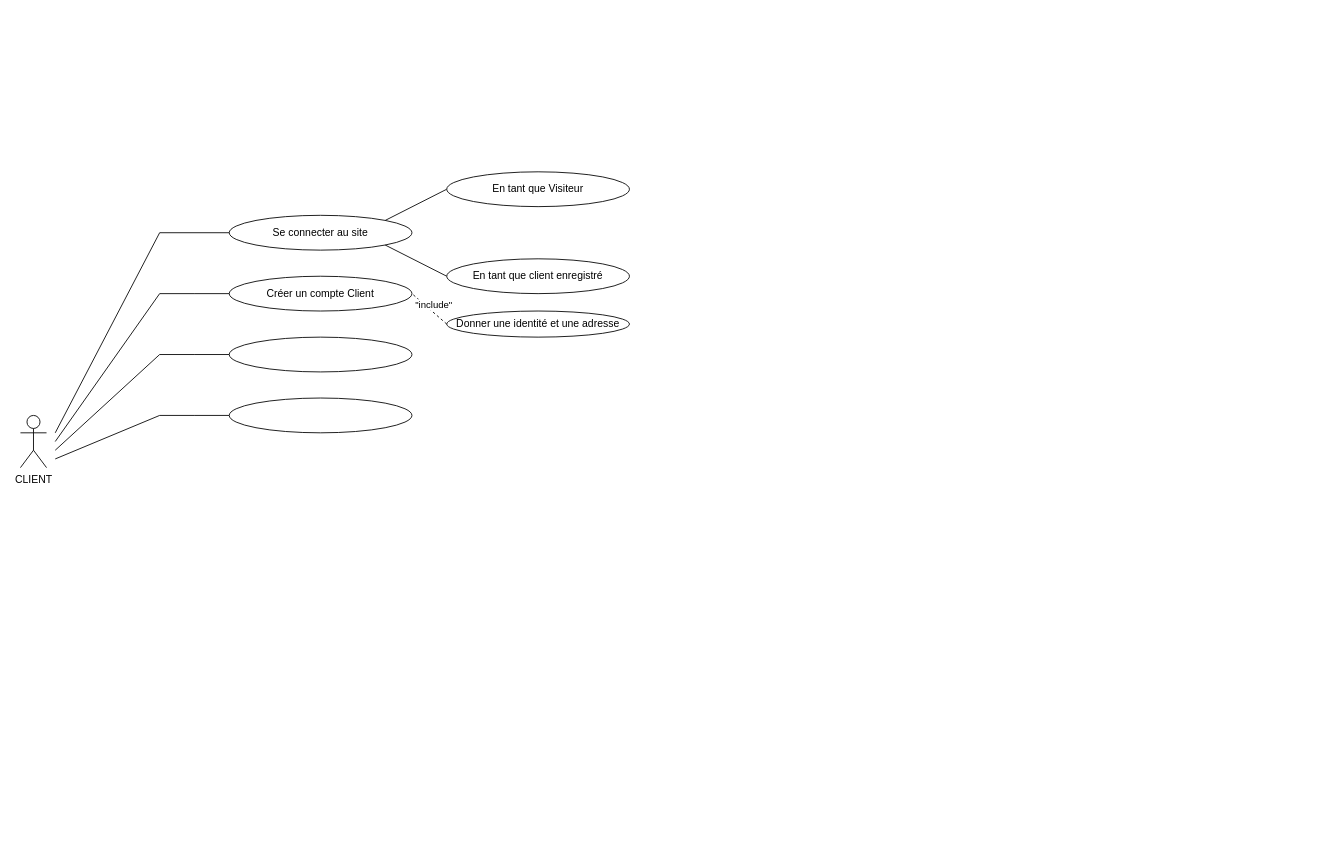
Before: 1.drawio in OMorlotti/P4-analyser-les-besoin-de-mon-client-pour-son-groupe-de-pizzerias, a draw.io diagram. Source tidied: cells renumbered, new cells numbered last; positions are measured from the earlier drawing's top-left corner, leaving out a move shared by most shapes. Both pictures are drawn from the tidied source at 87%, with x=0, y=0 at pixel (20, 171).
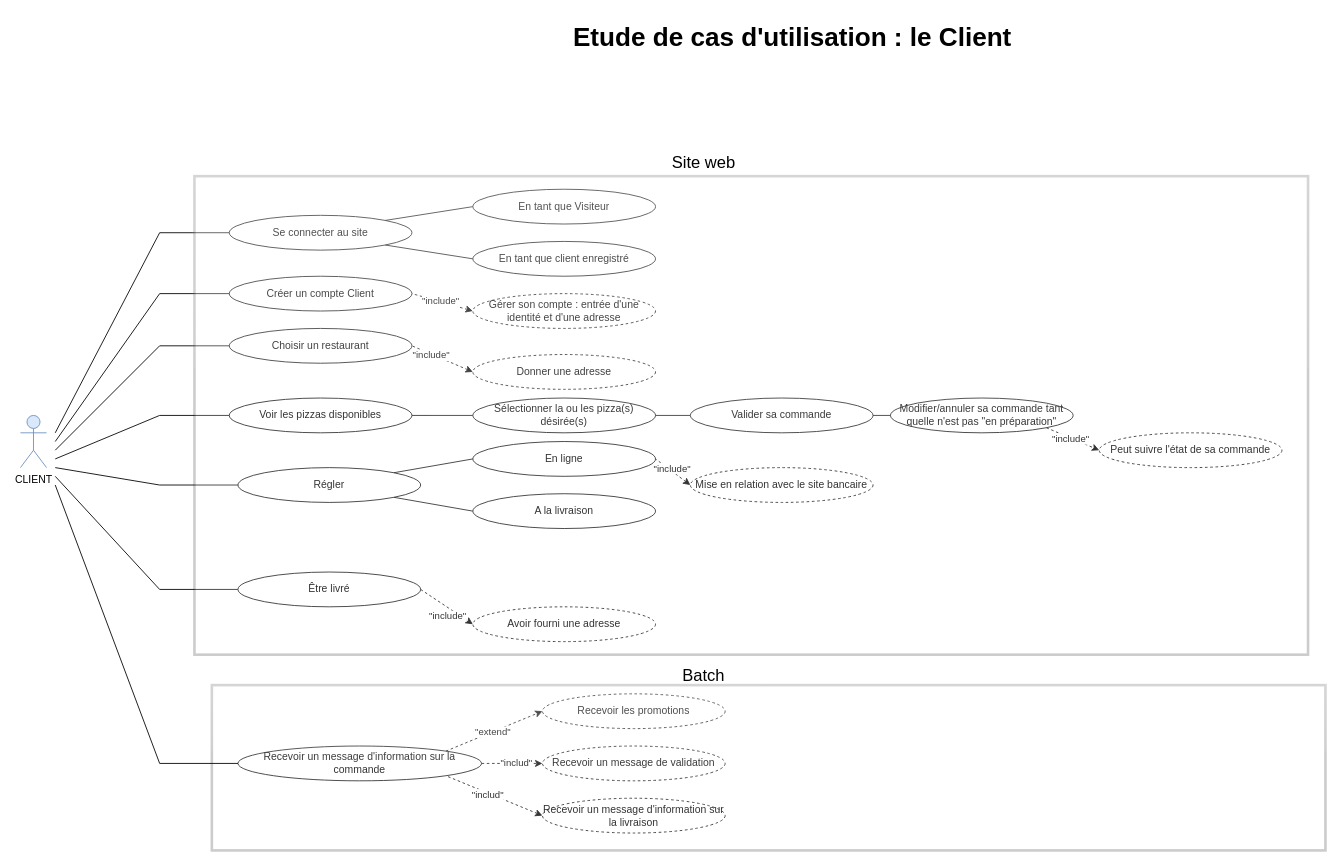
The same page after the edit.

Unchanged cells that the change refers to:
```xml
<mxCell id="10" value="Créer un compte Client" style="ellipse;whiteSpace=wrap;html=1;" parent="1" vertex="1">
  <mxGeometry x="240" y="120" width="210" height="40" as="geometry" />
</mxCell>
```

The edit, as a diff of the source:
```diff
@@
-    <mxCell id="2" value="CLIENT" style="shape=umlActor;verticalLabelPosition=bottom;labelBackgroundColor=#ffffff;verticalAlign=top;html=1;" parent="1" vertex="1">
+    <mxCell id="2" value="CLIENT" style="shape=umlActor;verticalLabelPosition=bottom;labelBackgroundColor=#ffffff;verticalAlign=top;html=1;fillColor=#dae8fc;strokeColor=#6c8ebf;" parent="1" vertex="1">
       <mxGeometry y="280" width="30" height="60" as="geometry" />
     </mxCell>
@@
-    <mxCell id="6" style="endArrow=none;dashed=1;html=1;entryX=1;entryY=0.5;entryDx=0;entryDy=0;exitX=0;exitY=0.5;exitDx=0;exitDy=0;" parent="1" edge="1" source="12" target="10">
+    <mxCell id="6" style="endArrow=none;dashed=1;html=1;entryX=1;entryY=0.5;entryDx=0;entryDy=0;endFill=0;startArrow=classic;startFill=1;exitX=0;exitY=0.5;exitDx=0;exitDy=0;" parent="1" edge="1" source="26" target="10">
       <mxGeometry relative="1" as="geometry" />
     </mxCell>
@@
-    <mxCell id="8" style="endArrow=none;html=1;" parent="1" edge="1">
-      <mxGeometry relative="1" as="geometry">
-        <mxPoint x="40" y="320" as="sourcePoint" />
-        <mxPoint x="160" y="210" as="targetPoint" />
-      </mxGeometry>
-    </mxCell>
-    <mxCell id="9" style="edgeStyle=orthogonalEdgeStyle;rounded=0;jettySize=auto;html=1;endArrow=none;endFill=0;" parent="1" edge="1" source="10">
-      <mxGeometry relative="1" as="geometry">
-        <mxPoint x="160" y="140" as="targetPoint" />
-      </mxGeometry>
-    </mxCell>
@@
-    <mxCell id="12" value="Donner une identité et une adresse" style="ellipse;whiteSpace=wrap;html=1;" parent="1" vertex="1">
-      <mxGeometry x="490" y="160" width="210" height="30" as="geometry" />
-    </mxCell>
-    <mxCell id="13" style="edgeStyle=orthogonalEdgeStyle;rounded=0;jettySize=auto;html=1;endArrow=none;endFill=0;" parent="1" edge="1" source="14">
-      <mxGeometry relative="1" as="geometry">
-        <mxPoint x="160" y="210" as="targetPoint" />
-      </mxGeometry>
-    </mxCell>
+    <mxCell id="22" style="edgeStyle=orthogonalEdgeStyle;rounded=0;jettySize=auto;html=1;endArrow=none;endFill=0;" parent="1" edge="1" source="14" target="23">
+      <mxGeometry relative="1" as="geometry" />
+    </mxCell>
-    <mxCell id="14" style="ellipse;whiteSpace=wrap;html=1;" parent="1" vertex="1">
-      <mxGeometry x="240" y="190" width="210" height="40" as="geometry" />
+    <mxCell id="14" value="Voir les pizzas disponibles" style="ellipse;whiteSpace=wrap;html=1;" parent="1" vertex="1">
+      <mxGeometry x="240" y="260" width="210" height="40" as="geometry" />
     </mxCell>
-    <mxCell id="15" style="edgeStyle=orthogonalEdgeStyle;rounded=0;jettySize=auto;html=1;endArrow=none;endFill=0;" parent="1" edge="1" source="16">
-      <mxGeometry relative="1" as="geometry">
-        <mxPoint x="160" y="280" as="targetPoint" />
-      </mxGeometry>
-    </mxCell>
-    <mxCell id="16" style="ellipse;whiteSpace=wrap;html=1;" parent="1" vertex="1">
-      <mxGeometry x="240" y="260" width="210" height="40" as="geometry" />
-    </mxCell>
-    <mxCell id="17" style="endArrow=none;html=1;" parent="1" edge="1">
-      <mxGeometry relative="1" as="geometry">
-        <mxPoint x="40" y="330" as="sourcePoint" />
-        <mxPoint x="160" y="280" as="targetPoint" />
-      </mxGeometry>
-    </mxCell>
+    <mxCell id="23" value="Sélectionner la ou les pizza(s) désirée(s)" style="ellipse;whiteSpace=wrap;html=1;" parent="1" vertex="1">
+      <mxGeometry x="520" y="260" width="210" height="40" as="geometry" />
+    </mxCell>
@@
     <mxCell id="20" value="En tant que Visiteur" style="ellipse;whiteSpace=wrap;html=1;" parent="1" vertex="1">
-      <mxGeometry x="490" width="210" height="40" as="geometry" />
+      <mxGeometry x="520" y="20" width="210" height="40" as="geometry" />
     </mxCell>
     <mxCell id="21" value="En tant que client enregistré" style="ellipse;whiteSpace=wrap;html=1;" parent="1" vertex="1">
-      <mxGeometry x="490" y="100" width="210" height="40" as="geometry" />
+      <mxGeometry x="520" y="80" width="210" height="40" as="geometry" />
     </mxCell>
+    <mxCell id="24" style="endArrow=none;html=1;exitX=0;exitY=0.5;exitDx=0;exitDy=0;" parent="1" edge="1" source="14">
+      <mxGeometry relative="1" as="geometry">
+        <mxPoint x="160" y="280" as="targetPoint" />
+      </mxGeometry>
+    </mxCell>
+    <mxCell id="25" style="endArrow=none;html=1;exitX=1;exitY=0.5;exitDx=0;exitDy=0;entryX=0;entryY=0.5;entryDx=0;entryDy=0;" parent="1" edge="1" source="23" target="32">
+      <mxGeometry relative="1" as="geometry" />
+    </mxCell>
+    <mxCell id="26" value="Gérer son compte : entrée d'une identité et d'une adresse" style="ellipse;whiteSpace=wrap;html=1;dashed=1;" parent="1" vertex="1">
+      <mxGeometry x="520" y="140" width="210" height="40" as="geometry" />
+    </mxCell>
+    <mxCell id="27" value="Modifier/annuler sa commande tant quelle n'est pas &quot;en préparation&quot;" style="ellipse;whiteSpace=wrap;html=1;" parent="1" vertex="1">
+      <mxGeometry x="1000" y="260" width="210" height="40" as="geometry" />
+    </mxCell>
+    <mxCell id="28" style="endArrow=classic;dashed=1;html=1;exitX=1;exitY=1;exitDx=0;exitDy=0;entryX=0;entryY=0.5;entryDx=0;entryDy=0;startArrow=none;startFill=0;endFill=1;" parent="1" edge="1" source="27" target="30">
+      <mxGeometry relative="1" as="geometry" />
+    </mxCell>
+    <mxCell id="29" value="&quot;include&quot;&lt;br&gt;" style="edgeLabel;html=1;align=center;verticalAlign=middle;" parent="28" vertex="1">
+      <mxGeometry x="-0.1" y="-1" relative="1" as="geometry" />
+    </mxCell>
+    <mxCell id="30" value="Peut suivre l'état de sa commande" style="ellipse;whiteSpace=wrap;html=1;dashed=1;" parent="1" vertex="1">
+      <mxGeometry x="1240" y="300" width="210" height="40" as="geometry" />
+    </mxCell>
+    <mxCell id="31" style="endArrow=none;html=1;exitX=0;exitY=0.5;exitDx=0;exitDy=0;" parent="1" edge="1" source="33">
+      <mxGeometry relative="1" as="geometry">
+        <mxPoint x="160" y="360" as="targetPoint" />
+      </mxGeometry>
+    </mxCell>
+    <mxCell id="32" value="Valider sa commande" style="ellipse;whiteSpace=wrap;html=1;" parent="1" vertex="1">
+      <mxGeometry x="770" y="260" width="210" height="40" as="geometry" />
+    </mxCell>
+    <mxCell id="33" value="Régler" style="ellipse;whiteSpace=wrap;html=1;" parent="1" vertex="1">
+      <mxGeometry x="250" y="340" width="210" height="40" as="geometry" />
+    </mxCell>
+    <mxCell id="34" style="endArrow=none;html=1;entryX=1;entryY=0.5;entryDx=0;entryDy=0;exitX=0;exitY=0.5;exitDx=0;exitDy=0;" parent="1" edge="1" source="27" target="32">
+      <mxGeometry relative="1" as="geometry" />
+    </mxCell>
+    <mxCell id="35" value="En ligne" style="ellipse;whiteSpace=wrap;html=1;" parent="1" vertex="1">
+      <mxGeometry x="520" y="310" width="210" height="40" as="geometry" />
+    </mxCell>
+    <mxCell id="36" style="endArrow=none;html=1;exitX=1;exitY=0;exitDx=0;exitDy=0;entryX=0;entryY=0.5;entryDx=0;entryDy=0;" parent="1" edge="1" source="33" target="35">
+      <mxGeometry relative="1" as="geometry" />
+    </mxCell>
+    <mxCell id="37" style="endArrow=none;html=1;exitX=1;exitY=1;exitDx=0;exitDy=0;entryX=0;entryY=0.5;entryDx=0;entryDy=0;" parent="1" edge="1" source="33" target="38">
+      <mxGeometry relative="1" as="geometry" />
+    </mxCell>
+    <mxCell id="38" value="A la livraison" style="ellipse;whiteSpace=wrap;html=1;" parent="1" vertex="1">
+      <mxGeometry x="520" y="370" width="210" height="40" as="geometry" />
+    </mxCell>
+    <mxCell id="39" style="endArrow=none;dashed=1;html=1;entryX=1;entryY=0.5;entryDx=0;entryDy=0;exitX=0;exitY=0.5;exitDx=0;exitDy=0;endFill=0;startArrow=classic;startFill=1;" parent="1" edge="1" source="41" target="35">
+      <mxGeometry relative="1" as="geometry" />
+    </mxCell>
+    <mxCell id="40" value="&quot;include&quot;" style="edgeLabel;html=1;align=center;verticalAlign=middle;" parent="39" vertex="1">
+      <mxGeometry x="-0.34" y="-1" relative="1" as="geometry">
+        <mxPoint x="-8.9" y="-9.3" as="offset" />
+      </mxGeometry>
+    </mxCell>
+    <mxCell id="41" value="Mise en relation avec le site bancaire" style="ellipse;whiteSpace=wrap;html=1;dashed=1;" parent="1" vertex="1">
+      <mxGeometry x="770" y="340" width="210" height="40" as="geometry" />
+    </mxCell>
+    <mxCell id="42" style="endArrow=none;html=1;entryX=0;entryY=0.5;entryDx=0;entryDy=0;" parent="1" edge="1" target="43">
+      <mxGeometry relative="1" as="geometry">
+        <mxPoint x="160" y="480" as="sourcePoint" />
+      </mxGeometry>
+    </mxCell>
+    <mxCell id="43" value="Être livré" style="ellipse;whiteSpace=wrap;html=1;" parent="1" vertex="1">
+      <mxGeometry x="250" y="460" width="210" height="40" as="geometry" />
+    </mxCell>
+    <mxCell id="44" value="Avoir fourni une adresse" style="ellipse;whiteSpace=wrap;html=1;dashed=1;" parent="1" vertex="1">
+      <mxGeometry x="520" y="500" width="210" height="40" as="geometry" />
+    </mxCell>
+    <mxCell id="45" style="endArrow=none;html=1;entryX=0;entryY=0.5;entryDx=0;entryDy=0;" parent="1" edge="1" target="10">
+      <mxGeometry relative="1" as="geometry">
+        <mxPoint x="160" y="140" as="sourcePoint" />
+      </mxGeometry>
+    </mxCell>
+    <mxCell id="46" value="Choisir un restaurant" style="ellipse;whiteSpace=wrap;html=1;" parent="1" vertex="1">
+      <mxGeometry x="240" y="180" width="210" height="40" as="geometry" />
+    </mxCell>
+    <mxCell id="47" value="Donner une adresse" style="ellipse;whiteSpace=wrap;html=1;dashed=1;" parent="1" vertex="1">
+      <mxGeometry x="520" y="210" width="210" height="40" as="geometry" />
+    </mxCell>
+    <mxCell id="48" style="endArrow=none;html=1;entryX=0;entryY=0.5;entryDx=0;entryDy=0;" parent="1" edge="1" target="46">
+      <mxGeometry relative="1" as="geometry">
+        <mxPoint x="160" y="200" as="sourcePoint" />
+      </mxGeometry>
+    </mxCell>
+    <mxCell id="49" style="endArrow=none;html=1;" parent="1" edge="1">
+      <mxGeometry relative="1" as="geometry">
+        <mxPoint x="40" y="320" as="sourcePoint" />
+        <mxPoint x="160" y="200" as="targetPoint" />
+      </mxGeometry>
+    </mxCell>
+    <mxCell id="50" style="endArrow=none;html=1;dashed=1;entryX=1;entryY=0.5;entryDx=0;entryDy=0;exitX=0;exitY=0.5;exitDx=0;exitDy=0;startArrow=classic;startFill=1;" parent="1" edge="1" source="47" target="46">
+      <mxGeometry relative="1" as="geometry" />
+    </mxCell>
+    <mxCell id="51" value="&quot;include&quot;" style="edgeLabel;html=1;align=center;verticalAlign=middle;" parent="50" vertex="1">
+      <mxGeometry x="0.38" y="2" relative="1" as="geometry">
+        <mxPoint x="1" as="offset" />
+      </mxGeometry>
+    </mxCell>
+    <mxCell id="52" style="endArrow=classic;html=1;dashed=1;entryX=0;entryY=0.5;entryDx=0;entryDy=0;startArrow=none;startFill=0;endFill=1;exitX=1;exitY=0.5;exitDx=0;exitDy=0;" parent="1" edge="1" source="43" target="44">
+      <mxGeometry relative="1" as="geometry" />
+    </mxCell>
+    <mxCell id="53" value="&quot;include&quot;&lt;br&gt;" style="edgeLabel;html=1;align=center;verticalAlign=middle;" parent="52" vertex="1">
+      <mxGeometry x="0.41" y="1" relative="1" as="geometry">
+        <mxPoint x="-12.4" y="3.2" as="offset" />
+      </mxGeometry>
+    </mxCell>
+    <mxCell id="54" style="endArrow=none;html=1;" parent="1" edge="1">
+      <mxGeometry relative="1" as="geometry">
+        <mxPoint x="40" y="330" as="sourcePoint" />
+        <mxPoint x="160" y="280" as="targetPoint" />
+      </mxGeometry>
+    </mxCell>
+    <mxCell id="55" style="endArrow=none;html=1;" parent="1" edge="1">
+      <mxGeometry relative="1" as="geometry">
+        <mxPoint x="160" y="360" as="sourcePoint" />
+        <mxPoint x="40" y="340" as="targetPoint" />
+      </mxGeometry>
+    </mxCell>
+    <mxCell id="56" style="endArrow=none;html=1;" parent="1" edge="1">
+      <mxGeometry relative="1" as="geometry">
+        <mxPoint x="160" y="480" as="sourcePoint" />
+        <mxPoint x="40" y="350" as="targetPoint" />
+      </mxGeometry>
+    </mxCell>
+    <mxCell id="57" value="&lt;font size=&quot;1&quot;&gt;&lt;b style=&quot;font-size: 30px&quot;&gt;Etude de cas d'utilisation : le Client&lt;/b&gt;&lt;/font&gt;" style="text;html=1;strokeColor=none;fillColor=#ffffff;align=center;verticalAlign=middle;whiteSpace=wrap;rounded=0;" parent="1" vertex="1">
+      <mxGeometry x="610" y="-180" width="555" height="50" as="geometry" />
+    </mxCell>
+    <mxCell id="58" style="rounded=0;whiteSpace=wrap;html=1;fillColor=#ffffff;strokeWidth=3;strokeColor=#000000;opacity=20;glass=1;perimeterSpacing=0;" parent="1" vertex="1">
+      <mxGeometry x="200" y="5" width="1280" height="550" as="geometry" />
+    </mxCell>
+    <mxCell id="59" value="&lt;font style=&quot;font-size: 19px&quot;&gt;Site web&lt;/font&gt;" style="text;html=1;align=center;verticalAlign=middle;" parent="1" vertex="1">
+      <mxGeometry x="740" y="-20" width="90" height="20" as="geometry" />
+    </mxCell>
+    <mxCell id="60" value="Recevoir un message d'information sur la commande" style="ellipse;whiteSpace=wrap;html=1;" parent="1" vertex="1">
+      <mxGeometry x="250" y="660" width="280" height="40" as="geometry" />
+    </mxCell>
+    <mxCell id="61" style="endArrow=none;html=1;" parent="1" edge="1">
+      <mxGeometry relative="1" as="geometry">
+        <mxPoint x="40" y="360" as="sourcePoint" />
+        <mxPoint x="160" y="680" as="targetPoint" />
+      </mxGeometry>
+    </mxCell>
+    <mxCell id="62" style="endArrow=classic;dashed=1;html=1;exitX=1;exitY=0;exitDx=0;exitDy=0;entryX=0;entryY=0.5;entryDx=0;entryDy=0;endFill=1;" parent="1" edge="1" source="60" target="64">
+      <mxGeometry relative="1" as="geometry" />
+    </mxCell>
+    <mxCell id="63" value="&quot;extend&quot;" style="edgeLabel;html=1;align=center;verticalAlign=middle;" parent="62" vertex="1">
+      <mxGeometry x="-0.03" relative="1" as="geometry" />
+    </mxCell>
+    <mxCell id="64" value="Recevoir les promotions" style="ellipse;whiteSpace=wrap;html=1;dashed=1;" parent="1" vertex="1">
+      <mxGeometry x="600" y="600" width="210" height="40" as="geometry" />
+    </mxCell>
+    <mxCell id="65" value="Recevoir un message de validation&lt;br&gt;" style="ellipse;whiteSpace=wrap;html=1;dashed=1;" parent="1" vertex="1">
+      <mxGeometry x="600" y="660" width="210" height="40" as="geometry" />
+    </mxCell>
+    <mxCell id="66" style="endArrow=classic;dashed=1;html=1;entryX=0;entryY=0.5;entryDx=0;entryDy=0;exitX=1;exitY=0.5;exitDx=0;exitDy=0;startArrow=none;startFill=0;endFill=1;" parent="1" edge="1" source="60" target="65">
+      <mxGeometry relative="1" as="geometry" />
+    </mxCell>
+    <mxCell id="67" value="&quot;includ&quot;" style="edgeLabel;html=1;align=center;verticalAlign=middle;" parent="66" vertex="1">
+      <mxGeometry x="0.11" y="2" relative="1" as="geometry" />
+    </mxCell>
+    <mxCell id="68" style="endArrow=none;dashed=1;html=1;entryX=1;entryY=1;entryDx=0;entryDy=0;endFill=0;startArrow=classic;startFill=1;exitX=0;exitY=0.5;exitDx=0;exitDy=0;" parent="1" edge="1" source="70" target="60">
+      <mxGeometry relative="1" as="geometry" />
+    </mxCell>
+    <mxCell id="69" value="&quot;includ&quot;" style="edgeLabel;html=1;align=center;verticalAlign=middle;" parent="68" vertex="1">
+      <mxGeometry x="0.14" y="2" relative="1" as="geometry" />
+    </mxCell>
+    <mxCell id="70" value="Recevoir un message d'information sur la livraison" style="ellipse;whiteSpace=wrap;html=1;dashed=1;" parent="1" vertex="1">
+      <mxGeometry x="600" y="720" width="210" height="40" as="geometry" />
+    </mxCell>
+    <mxCell id="71" style="rounded=0;whiteSpace=wrap;html=1;fillColor=#ffffff;strokeWidth=3;strokeColor=#000000;opacity=20;glass=1;perimeterSpacing=0;" parent="1" vertex="1">
+      <mxGeometry x="220" y="590" width="1280" height="190" as="geometry" />
+    </mxCell>
+    <mxCell id="72" value="&lt;font style=&quot;font-size: 19px&quot;&gt;Batch&lt;/font&gt;" style="text;html=1;align=center;verticalAlign=middle;" parent="1" vertex="1">
+      <mxGeometry x="755" y="570" width="60" height="20" as="geometry" />
+    </mxCell>
+    <mxCell id="73" style="endArrow=none;html=1;exitX=0;exitY=0.5;exitDx=0;exitDy=0;" parent="1" edge="1" source="60">
+      <mxGeometry relative="1" as="geometry">
+        <mxPoint x="160" y="680" as="targetPoint" />
+      </mxGeometry>
+    </mxCell>
```
